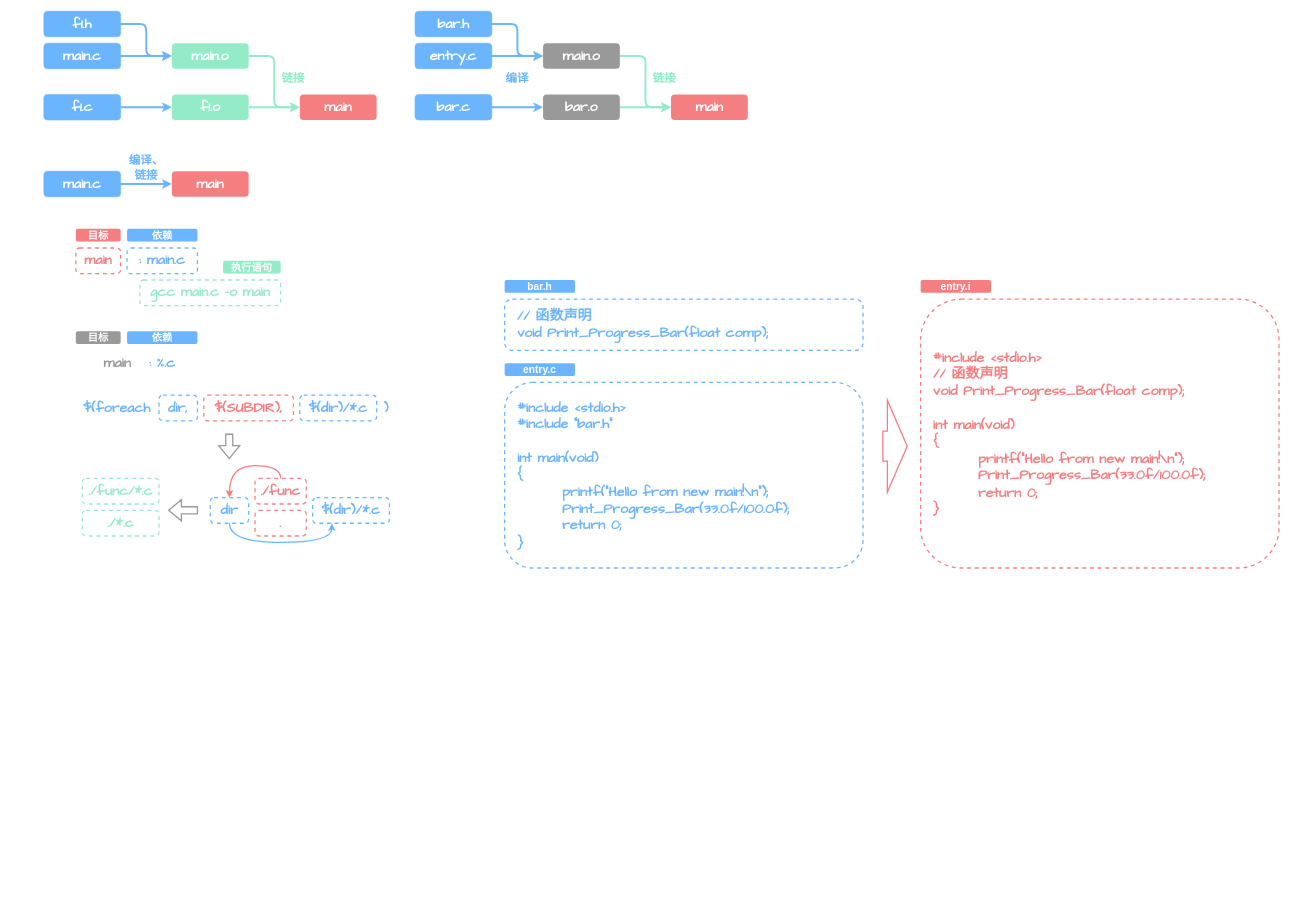
Above: C Program/drawio/Makefile.drawio in FerostMask/Jotting-Down (draw.io), before the change. Source tidied: cells renumbered, new cells numbered last; positions are measured from the earlier drawing's top-left corner, leaving out a move shared by most shapes. Both pictures are drawn from the tidied source at 64%, with x=0, y=0 at pixel (44, 11).
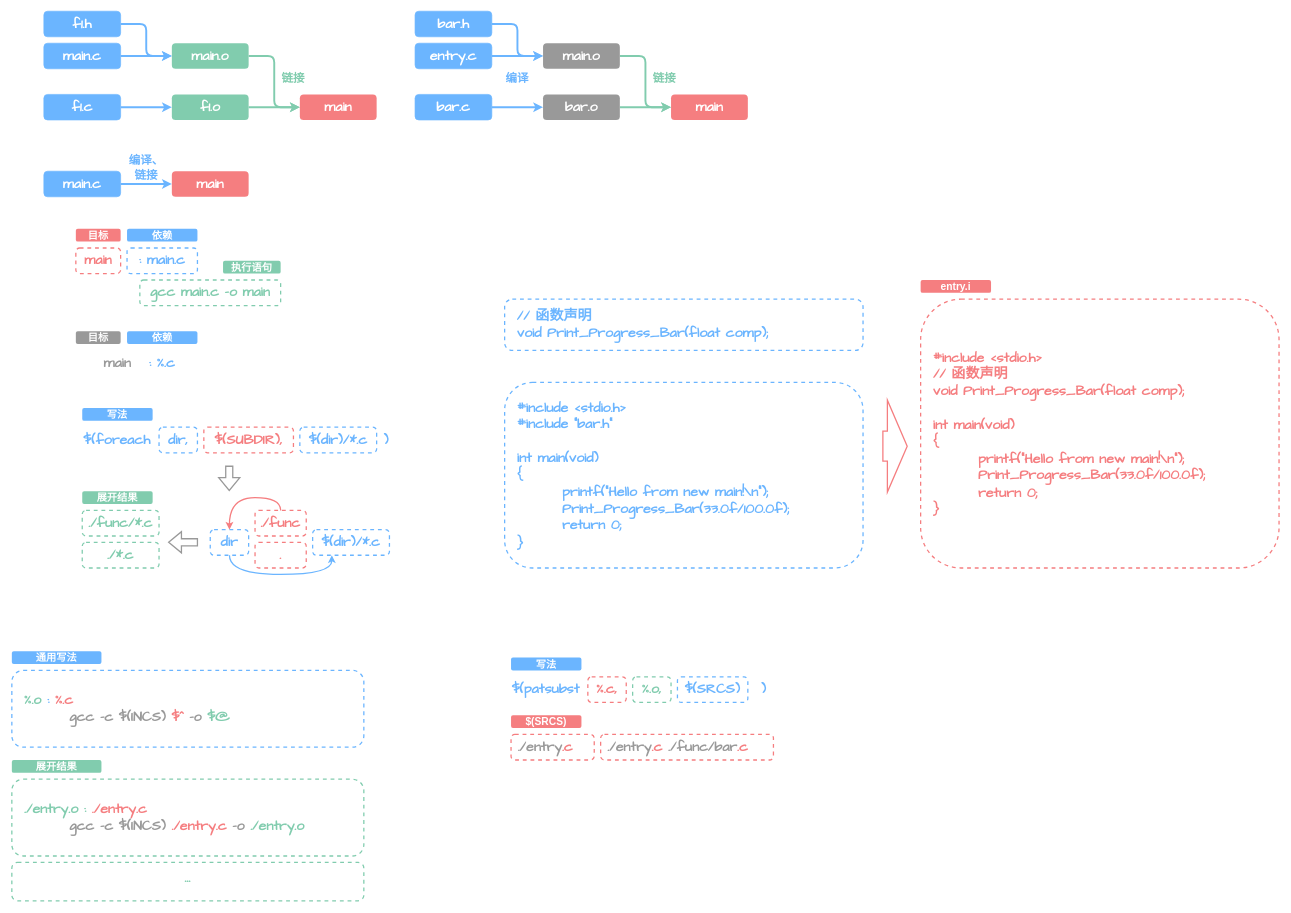
After the change.

The change refers to these unchanged cells:
```xml
<mxCell id="12" value="main" style="rounded=1;whiteSpace=wrap;html=1;fillColor=#F57E80;strokeColor=none;fontStyle=1;fontFamily=Comic Sans MS;fontSize=22;fontColor=#FFFFFF;" parent="1" vertex="1">
  <mxGeometry x="400" y="130" width="120" height="40" as="geometry" />
</mxCell>
<mxCell id="55" value="main.o" style="rounded=1;whiteSpace=wrap;html=1;fillColor=#999999;strokeColor=none;fontStyle=1;fontFamily=Comic Sans MS;fontSize=22;fontColor=#FFFFFF;" parent="1" vertex="1">
  <mxGeometry x="780" y="50" width="120" height="40" as="geometry" />
</mxCell>
<mxCell id="59" value="bar.o" style="rounded=1;whiteSpace=wrap;html=1;fillColor=#999999;strokeColor=none;fontStyle=1;fontFamily=Comic Sans MS;fontSize=22;fontColor=#FFFFFF;" parent="1" vertex="1">
  <mxGeometry x="780" y="130" width="120" height="40" as="geometry" />
</mxCell>
<mxCell id="60" value="main" style="rounded=1;whiteSpace=wrap;html=1;fillColor=#F57E80;strokeColor=none;fontStyle=1;fontFamily=Comic Sans MS;fontSize=22;fontColor=#FFFFFF;" parent="1" vertex="1">
  <mxGeometry x="980" y="130" width="120" height="40" as="geometry" />
</mxCell>
```

Change to the diagram source:
```diff
@@
-    <mxCell id="6" style="edgeStyle=orthogonalEdgeStyle;rounded=1;jettySize=auto;html=1;exitX=1;exitY=0.5;exitDx=0;exitDy=0;entryX=0;entryY=0.5;entryDx=0;entryDy=0;strokeColor=#94EBC8;strokeWidth=3;fontFamily=HYYouYuan;fontSize=18;fontColor=#6BB5FF;" parent="1" edge="1" source="7" target="12">
+    <mxCell id="6" style="edgeStyle=orthogonalEdgeStyle;rounded=1;jettySize=auto;html=1;exitX=1;exitY=0.5;exitDx=0;exitDy=0;entryX=0;entryY=0.5;entryDx=0;entryDy=0;strokeColor=#81CCAE;strokeWidth=3;fontFamily=HYYouYuan;fontSize=18;fontColor=#6BB5FF;" parent="1" edge="1" source="7" target="12">
       <mxGeometry relative="1" as="geometry" />
     </mxCell>
-    <mxCell id="7" value="main.o" style="rounded=1;whiteSpace=wrap;html=1;fillColor=#94EBC8;strokeColor=none;fontStyle=1;fontFamily=Comic Sans MS;fontSize=22;fontColor=#FFFFFF;" parent="1" vertex="1">
+    <mxCell id="7" value="main.o" style="rounded=1;whiteSpace=wrap;html=1;fillColor=#81CCAE;strokeColor=none;fontStyle=1;fontFamily=Comic Sans MS;fontSize=22;fontColor=#FFFFFF;" parent="1" vertex="1">
       <mxGeometry x="200" y="50" width="120" height="40" as="geometry" />
     </mxCell>
@@
-    <mxCell id="10" style="edgeStyle=orthogonalEdgeStyle;rounded=1;jettySize=auto;html=1;exitX=1;exitY=0.5;exitDx=0;exitDy=0;strokeColor=#94EBC8;strokeWidth=3;fontFamily=HYYouYuan;fontSize=18;fontColor=#6BB5FF;" parent="1" edge="1" source="11">
+    <mxCell id="10" style="edgeStyle=orthogonalEdgeStyle;rounded=1;jettySize=auto;html=1;exitX=1;exitY=0.5;exitDx=0;exitDy=0;strokeColor=#81CCAE;strokeWidth=3;fontFamily=HYYouYuan;fontSize=18;fontColor=#6BB5FF;" parent="1" edge="1" source="11">
       <mxGeometry relative="1" as="geometry">
         <mxPoint x="400" y="150" as="targetPoint" />
       </mxGeometry>
     </mxCell>
-    <mxCell id="11" value="f1.o" style="rounded=1;whiteSpace=wrap;html=1;fillColor=#94EBC8;strokeColor=none;fontStyle=1;fontFamily=Comic Sans MS;fontSize=22;fontColor=#FFFFFF;" parent="1" vertex="1">
+    <mxCell id="11" value="f1.o" style="rounded=1;whiteSpace=wrap;html=1;fillColor=#81CCAE;strokeColor=none;fontStyle=1;fontFamily=Comic Sans MS;fontSize=22;fontColor=#FFFFFF;" parent="1" vertex="1">
       <mxGeometry x="200" y="130" width="120" height="40" as="geometry" />
     </mxCell>
@@
-    <mxCell id="13" value="链接" style="text;html=1;strokeColor=none;fillColor=none;align=center;verticalAlign=middle;whiteSpace=wrap;rounded=0;fontFamily=HYYouYuan;fontSize=18;fontStyle=1;fontColor=#94EBC8;" parent="1" vertex="1">
+    <mxCell id="13" value="链接" style="text;html=1;strokeColor=none;fillColor=none;align=center;verticalAlign=middle;whiteSpace=wrap;rounded=0;fontFamily=HYYouYuan;fontSize=18;fontStyle=1;fontColor=#81CCAE;" parent="1" vertex="1">
       <mxGeometry x="360" y="90" width="60" height="30" as="geometry" />
     </mxCell>
@@
-    <mxCell id="20" value="gcc main.c -o main" style="rounded=1;whiteSpace=wrap;html=1;fillColor=none;strokeColor=#94EBC8;fontStyle=1;fontFamily=Comic Sans MS;fontSize=22;fontColor=#94EBC8;dashed=1;strokeWidth=2;" parent="1" vertex="1">
+    <mxCell id="20" value="gcc main.c -o main" style="rounded=1;whiteSpace=wrap;html=1;fillColor=none;strokeColor=#81CCAE;fontStyle=1;fontFamily=Comic Sans MS;fontSize=22;fontColor=#81CCAE;dashed=1;strokeWidth=2;" parent="1" vertex="1">
       <mxGeometry x="150" y="420" width="220" height="40" as="geometry" />
     </mxCell>
@@
-    <mxCell id="23" value="执行语句" style="text;html=1;strokeColor=none;fillColor=#94EBC8;align=center;verticalAlign=middle;whiteSpace=wrap;rounded=1;fontSize=16;fontFamily=HYYouYuan;fontColor=#FFFFFF;fontStyle=1;" parent="1" vertex="1">
+    <mxCell id="23" value="执行语句" style="text;html=1;strokeColor=none;fillColor=#81CCAE;align=center;verticalAlign=middle;whiteSpace=wrap;rounded=1;fontSize=16;fontFamily=HYYouYuan;fontColor=#FFFFFF;fontStyle=1;" parent="1" vertex="1">
       <mxGeometry x="280" y="390" width="90" height="20" as="geometry" />
     </mxCell>
@@
     <mxCell id="28" value="&amp;nbsp;$(foreach" style="rounded=1;whiteSpace=wrap;html=1;fillColor=none;strokeColor=none;fontStyle=1;fontFamily=Comic Sans MS;fontSize=22;fontColor=#6BB5FF;dashed=1;strokeWidth=2;align=center;" parent="1" vertex="1">
-      <mxGeometry x="50" y="600" width="120" height="40" as="geometry" />
+      <mxGeometry x="50" y="650" width="120" height="40" as="geometry" />
     </mxCell>
     <mxCell id="29" value="dir," style="rounded=1;whiteSpace=wrap;html=1;fillColor=none;strokeColor=#6BB5FF;fontStyle=1;fontFamily=Comic Sans MS;fontSize=22;fontColor=#6BB5FF;dashed=1;strokeWidth=2;" parent="1" vertex="1">
-      <mxGeometry x="180" y="600" width="60" height="40" as="geometry" />
+      <mxGeometry x="180" y="650" width="60" height="40" as="geometry" />
     </mxCell>
     <mxCell id="30" value="$(SUBDIR)," style="rounded=1;whiteSpace=wrap;html=1;fillColor=none;strokeColor=#F57E80;fontStyle=1;fontFamily=Comic Sans MS;fontSize=22;fontColor=#F57E80;dashed=1;strokeWidth=2;" parent="1" vertex="1">
-      <mxGeometry x="250" y="600" width="140" height="40" as="geometry" />
+      <mxGeometry x="250" y="650" width="140" height="40" as="geometry" />
     </mxCell>
     <mxCell id="31" value="$(dir)/*.c" style="rounded=1;whiteSpace=wrap;html=1;fillColor=none;strokeColor=#6BB5FF;fontStyle=1;fontFamily=Comic Sans MS;fontSize=22;fontColor=#6BB5FF;dashed=1;strokeWidth=2;" parent="1" vertex="1">
-      <mxGeometry x="400" y="600" width="120" height="40" as="geometry" />
+      <mxGeometry x="400" y="650" width="120" height="40" as="geometry" />
     </mxCell>
     <mxCell id="32" value=")" style="rounded=1;whiteSpace=wrap;html=1;fillColor=none;strokeColor=none;fontStyle=1;fontFamily=Comic Sans MS;fontSize=22;fontColor=#6BB5FF;dashed=1;strokeWidth=2;align=center;" parent="1" vertex="1">
-      <mxGeometry x="520" y="600" width="30" height="40" as="geometry" />
+      <mxGeometry x="520" y="650" width="30" height="40" as="geometry" />
     </mxCell>
@@
     <mxCell id="34" value="./func" style="rounded=1;whiteSpace=wrap;html=1;fillColor=none;strokeColor=#F57E80;fontStyle=1;fontFamily=Comic Sans MS;fontSize=22;fontColor=#F57E80;dashed=1;strokeWidth=2;" parent="1" vertex="1">
-      <mxGeometry x="330" y="730" width="80" height="40" as="geometry" />
+      <mxGeometry x="330" y="780" width="80" height="40" as="geometry" />
     </mxCell>
     <mxCell id="35" style="edgeStyle=orthogonalEdgeStyle;curved=1;rounded=0;jettySize=auto;html=1;exitX=0.5;exitY=1;exitDx=0;exitDy=0;entryX=0.25;entryY=1;entryDx=0;entryDy=0;strokeColor=#6BB5FF;strokeWidth=2;" parent="1" edge="1" source="36" target="37">
       <mxGeometry relative="1" as="geometry">
         <Array as="points">
-          <mxPoint x="290" y="830.1" />
-          <mxPoint x="450" y="830.1" />
+          <mxPoint x="290" y="880.1" />
+          <mxPoint x="450" y="880.1" />
         </Array>
       </mxGeometry>
     </mxCell>
     <mxCell id="36" value="dir" style="rounded=1;whiteSpace=wrap;html=1;fillColor=none;strokeColor=#6BB5FF;fontStyle=1;fontFamily=Comic Sans MS;fontSize=22;fontColor=#6BB5FF;dashed=1;strokeWidth=2;" parent="1" vertex="1">
-      <mxGeometry x="260" y="760.1" width="60" height="40" as="geometry" />
+      <mxGeometry x="260" y="810.1" width="60" height="40" as="geometry" />
     </mxCell>
     <mxCell id="37" value="$(dir)/*.c" style="rounded=1;whiteSpace=wrap;html=1;fillColor=none;strokeColor=#6BB5FF;fontStyle=1;fontFamily=Comic Sans MS;fontSize=22;fontColor=#6BB5FF;dashed=1;strokeWidth=2;" parent="1" vertex="1">
-      <mxGeometry x="420" y="760.1" width="120" height="40" as="geometry" />
+      <mxGeometry x="420" y="810.1" width="120" height="40" as="geometry" />
     </mxCell>
     <mxCell id="38" style="shape=flexArrow;endArrow=classic;html=1;rounded=0;strokeColor=#999999;strokeWidth=2;" parent="1" edge="1">
       <mxGeometry relative="1" as="geometry">
-        <mxPoint x="241" y="779.8" as="sourcePoint" />
-        <mxPoint x="194" y="779.8" as="targetPoint" />
+        <mxPoint x="241" y="829.8" as="sourcePoint" />
+        <mxPoint x="194" y="829.8" as="targetPoint" />
       </mxGeometry>
     </mxCell>
-    <mxCell id="39" value="./func/*.c" style="rounded=1;whiteSpace=wrap;html=1;fillColor=none;strokeColor=#94EBC8;fontStyle=1;fontFamily=Comic Sans MS;fontSize=22;fontColor=#94EBC8;dashed=1;strokeWidth=2;" parent="1" vertex="1">
-      <mxGeometry x="60" y="730" width="120" height="40" as="geometry" />
+    <mxCell id="39" value="./func/*.c" style="rounded=1;whiteSpace=wrap;html=1;fillColor=none;strokeColor=#81CCAE;fontStyle=1;fontFamily=Comic Sans MS;fontSize=22;fontColor=#81CCAE;dashed=1;strokeWidth=2;" parent="1" vertex="1">
+      <mxGeometry x="60" y="780" width="120" height="40" as="geometry" />
     </mxCell>
     <mxCell id="40" value="." style="rounded=1;whiteSpace=wrap;html=1;fillColor=none;strokeColor=#F57E80;fontStyle=1;fontFamily=Comic Sans MS;fontSize=22;fontColor=#F57E80;dashed=1;strokeWidth=2;" parent="1" vertex="1">
-      <mxGeometry x="330" y="780" width="80" height="40" as="geometry" />
+      <mxGeometry x="330" y="830" width="80" height="40" as="geometry" />
     </mxCell>
-    <mxCell id="41" value="./*.c" style="rounded=1;whiteSpace=wrap;html=1;fillColor=none;strokeColor=#94EBC8;fontStyle=1;fontFamily=Comic Sans MS;fontSize=22;fontColor=#94EBC8;dashed=1;strokeWidth=2;" parent="1" vertex="1">
-      <mxGeometry x="60" y="780" width="120" height="40" as="geometry" />
+    <mxCell id="41" value="./*.c" style="rounded=1;whiteSpace=wrap;html=1;fillColor=none;strokeColor=#81CCAE;fontStyle=1;fontFamily=Comic Sans MS;fontSize=22;fontColor=#81CCAE;dashed=1;strokeWidth=2;" parent="1" vertex="1">
+      <mxGeometry x="60" y="830" width="120" height="40" as="geometry" />
     </mxCell>
     <mxCell id="42" style="shape=flexArrow;endArrow=classic;html=1;rounded=0;strokeColor=#999999;strokeWidth=2;" parent="1" edge="1">
       <mxGeometry relative="1" as="geometry">
-        <mxPoint x="289.7" y="660" as="sourcePoint" />
-        <mxPoint x="289.7" y="699.9" as="targetPoint" />
+        <mxPoint x="289.7" y="710" as="sourcePoint" />
+        <mxPoint x="289.7" y="749.9" as="targetPoint" />
       </mxGeometry>
     </mxCell>
@@
-    <mxCell id="44" value="bar.h" style="text;html=1;strokeColor=none;fillColor=#6BB5FF;align=center;verticalAlign=middle;whiteSpace=wrap;rounded=1;fontSize=16;fontFamily=HYYouYuan;fontColor=#FFFFFF;fontStyle=1;" parent="1" vertex="1">
-      <mxGeometry x="720" y="420" width="110" height="20" as="geometry" />
+    <mxCell id="44" value="写法" style="text;html=1;strokeColor=none;fillColor=#6BB5FF;align=center;verticalAlign=middle;whiteSpace=wrap;rounded=1;fontSize=16;fontFamily=HYYouYuan;fontColor=#FFFFFF;fontStyle=1;" parent="1" vertex="1">
+      <mxGeometry x="60" y="620" width="110" height="20" as="geometry" />
     </mxCell>
@@
-    <mxCell id="46" value="entry.c" style="text;html=1;strokeColor=none;fillColor=#6BB5FF;align=center;verticalAlign=middle;whiteSpace=wrap;rounded=1;fontSize=16;fontFamily=HYYouYuan;fontColor=#FFFFFF;fontStyle=1;" parent="1" vertex="1">
-      <mxGeometry x="720" y="550" width="110" height="20" as="geometry" />
+    <mxCell id="46" value="通用写法" style="text;html=1;strokeColor=none;fillColor=#6BB5FF;align=center;verticalAlign=middle;whiteSpace=wrap;rounded=1;fontSize=16;fontFamily=HYYouYuan;fontColor=#FFFFFF;fontStyle=1;" parent="1" vertex="1">
+      <mxGeometry x="-50" y="1000" width="140" height="20" as="geometry" />
     </mxCell>
@@
-    <mxCell id="54" style="edgeStyle=orthogonalEdgeStyle;rounded=1;jettySize=auto;html=1;exitX=1;exitY=0.5;exitDx=0;exitDy=0;entryX=0;entryY=0.5;entryDx=0;entryDy=0;strokeColor=#94EBC8;strokeWidth=3;fontFamily=HYYouYuan;fontSize=18;fontColor=#6BB5FF;" parent="1" edge="1" source="55" target="60">
+    <mxCell id="54" style="edgeStyle=orthogonalEdgeStyle;rounded=1;jettySize=auto;html=1;exitX=1;exitY=0.5;exitDx=0;exitDy=0;entryX=0;entryY=0.5;entryDx=0;entryDy=0;strokeColor=#81CCAE;strokeWidth=3;fontFamily=HYYouYuan;fontSize=18;fontColor=#81CCAE;" parent="1" edge="1" source="55" target="60">
       <mxGeometry relative="1" as="geometry" />
     </mxCell>
@@
-    <mxCell id="58" style="edgeStyle=orthogonalEdgeStyle;rounded=1;jettySize=auto;html=1;exitX=1;exitY=0.5;exitDx=0;exitDy=0;strokeColor=#94EBC8;strokeWidth=3;fontFamily=HYYouYuan;fontSize=18;fontColor=#6BB5FF;" parent="1" edge="1" source="59">
+    <mxCell id="58" style="edgeStyle=orthogonalEdgeStyle;rounded=1;jettySize=auto;html=1;exitX=1;exitY=0.5;exitDx=0;exitDy=0;strokeColor=#81CCAE;strokeWidth=3;fontFamily=HYYouYuan;fontSize=18;fontColor=#81CCAE;" parent="1" edge="1" source="59">
       <mxGeometry relative="1" as="geometry">
         <mxPoint x="980" y="150" as="targetPoint" />
       </mxGeometry>
     </mxCell>
@@
-    <mxCell id="61" value="链接" style="text;html=1;strokeColor=none;fillColor=none;align=center;verticalAlign=middle;whiteSpace=wrap;rounded=0;fontFamily=HYYouYuan;fontSize=18;fontStyle=1;fontColor=#94EBC8;" parent="1" vertex="1">
+    <mxCell id="61" value="链接" style="text;html=1;strokeColor=none;fillColor=none;align=center;verticalAlign=middle;whiteSpace=wrap;rounded=0;fontFamily=HYYouYuan;fontSize=18;fontStyle=1;fontColor=#81CCAE;" parent="1" vertex="1">
       <mxGeometry x="940" y="90" width="60" height="30" as="geometry" />
     </mxCell>
@@
+    <mxCell id="63" value="&lt;div&gt;&amp;nbsp; &lt;font color=&quot;#81ccae&quot;&gt;%.o&lt;/font&gt; : &lt;font color=&quot;#f57e80&quot;&gt;%.c&lt;/font&gt;&lt;/div&gt;&lt;div&gt;&amp;nbsp; &amp;nbsp; &amp;nbsp; &amp;nbsp; &amp;nbsp; &lt;font color=&quot;#999999&quot;&gt;gcc -c $(INCS)&lt;/font&gt; &lt;font color=&quot;#f57e80&quot;&gt;$^&lt;/font&gt; &lt;font color=&quot;#999999&quot;&gt;-o&lt;/font&gt; &lt;font color=&quot;#81ccae&quot;&gt;$@&lt;/font&gt;&lt;/div&gt;" style="rounded=1;whiteSpace=wrap;html=1;fillColor=none;strokeColor=#6BB5FF;fontStyle=1;fontFamily=Comic Sans MS;fontSize=22;fontColor=#6BB5FF;dashed=1;strokeWidth=2;align=left;" parent="1" vertex="1">
+      <mxGeometry x="-50" y="1030" width="550" height="120" as="geometry" />
+    </mxCell>
+    <mxCell id="64" value="展开结果" style="text;html=1;strokeColor=none;fillColor=#81CCAE;align=center;verticalAlign=middle;whiteSpace=wrap;rounded=1;fontSize=16;fontFamily=HYYouYuan;fontColor=#FFFFFF;fontStyle=1;" parent="1" vertex="1">
+      <mxGeometry x="60" y="750" width="110" height="20" as="geometry" />
+    </mxCell>
+    <mxCell id="65" value="展开结果" style="text;html=1;strokeColor=none;fillColor=#81CCAE;align=center;verticalAlign=middle;whiteSpace=wrap;rounded=1;fontSize=16;fontFamily=HYYouYuan;fontColor=#FFFFFF;fontStyle=1;" parent="1" vertex="1">
+      <mxGeometry x="-50" y="1170" width="140" height="20" as="geometry" />
+    </mxCell>
+    <mxCell id="66" value="&lt;div&gt;&amp;nbsp; ./entry.o : &lt;font color=&quot;#f57e80&quot;&gt;./entry.c&lt;/font&gt;&lt;/div&gt;&lt;div&gt;&amp;nbsp; &amp;nbsp; &amp;nbsp; &amp;nbsp; &amp;nbsp; &lt;font color=&quot;#999999&quot;&gt;gcc -c $(INCS)&lt;/font&gt; &lt;font color=&quot;#f57e80&quot;&gt;./entry.c&lt;/font&gt;&amp;nbsp;&lt;font color=&quot;#999999&quot;&gt;-o&lt;/font&gt; ./entry.o&lt;/div&gt;" style="rounded=1;whiteSpace=wrap;html=1;fillColor=none;strokeColor=#81CCAE;fontStyle=1;fontFamily=Comic Sans MS;fontSize=22;fontColor=#81CCAE;dashed=1;strokeWidth=2;align=left;" parent="1" vertex="1">
+      <mxGeometry x="-50" y="1200" width="550" height="120" as="geometry" />
+    </mxCell>
+    <mxCell id="67" value="&lt;div&gt;···&lt;/div&gt;" style="rounded=1;whiteSpace=wrap;html=1;fillColor=none;strokeColor=#81CCAE;fontStyle=1;fontFamily=Comic Sans MS;fontSize=22;fontColor=#81CCAE;dashed=1;strokeWidth=2;align=center;" parent="1" vertex="1">
+      <mxGeometry x="-50" y="1330" width="550" height="60" as="geometry" />
+    </mxCell>
+    <mxCell id="68" value="&amp;nbsp;$(patsubst" style="rounded=1;whiteSpace=wrap;html=1;fillColor=none;strokeColor=none;fontStyle=1;fontFamily=Comic Sans MS;fontSize=22;fontColor=#6BB5FF;dashed=1;strokeWidth=2;align=center;" parent="1" vertex="1">
+      <mxGeometry x="720" y="1040" width="120" height="40" as="geometry" />
+    </mxCell>
+    <mxCell id="69" value="%.o," style="rounded=1;whiteSpace=wrap;html=1;fillColor=none;strokeColor=#81CCAE;fontStyle=1;fontFamily=Comic Sans MS;fontSize=22;fontColor=#81CCAE;dashed=1;strokeWidth=2;" parent="1" vertex="1">
+      <mxGeometry x="920" y="1040" width="60" height="40" as="geometry" />
+    </mxCell>
+    <mxCell id="70" value="%.c," style="rounded=1;whiteSpace=wrap;html=1;fillColor=none;strokeColor=#F57E80;fontStyle=1;fontFamily=Comic Sans MS;fontSize=22;fontColor=#F57E80;dashed=1;strokeWidth=2;" parent="1" vertex="1">
+      <mxGeometry x="850" y="1040" width="60" height="40" as="geometry" />
+    </mxCell>
+    <mxCell id="71" value="$(SRCS)" style="rounded=1;whiteSpace=wrap;html=1;fillColor=none;strokeColor=#6BB5FF;fontStyle=1;fontFamily=Comic Sans MS;fontSize=22;fontColor=#6BB5FF;dashed=1;strokeWidth=2;" parent="1" vertex="1">
+      <mxGeometry x="990" y="1040" width="110" height="40" as="geometry" />
+    </mxCell>
+    <mxCell id="72" value=")" style="rounded=1;whiteSpace=wrap;html=1;fillColor=none;strokeColor=none;fontStyle=1;fontFamily=Comic Sans MS;fontSize=22;fontColor=#6BB5FF;dashed=1;strokeWidth=2;align=center;" parent="1" vertex="1">
+      <mxGeometry x="1110" y="1040" width="30" height="40" as="geometry" />
+    </mxCell>
+    <mxCell id="73" value="写法" style="text;html=1;strokeColor=none;fillColor=#6BB5FF;align=center;verticalAlign=middle;whiteSpace=wrap;rounded=1;fontSize=16;fontFamily=HYYouYuan;fontColor=#FFFFFF;fontStyle=1;" parent="1" vertex="1">
+      <mxGeometry x="730" y="1010" width="110" height="20" as="geometry" />
+    </mxCell>
+    <mxCell id="74" value="&amp;nbsp;&lt;font color=&quot;#999999&quot;&gt;./entry&lt;/font&gt;&lt;font color=&quot;#f57e80&quot;&gt;.c&lt;/font&gt;" style="rounded=1;whiteSpace=wrap;html=1;fillColor=none;strokeColor=#F57E80;fontStyle=1;fontFamily=Comic Sans MS;fontSize=22;fontColor=#6BB5FF;dashed=1;strokeWidth=2;align=left;" parent="1" vertex="1">
+      <mxGeometry x="730" y="1130" width="130" height="40" as="geometry" />
+    </mxCell>
+    <mxCell id="75" value="&amp;nbsp;&lt;font color=&quot;#999999&quot;&gt;./entry&lt;/font&gt;&lt;font color=&quot;#f57e80&quot;&gt;.c&lt;/font&gt; &lt;font color=&quot;#999999&quot;&gt;./func/bar&lt;/font&gt;&lt;font color=&quot;#f57e80&quot;&gt;.c&lt;/font&gt;" style="rounded=1;whiteSpace=wrap;html=1;fillColor=none;strokeColor=#F57E80;fontStyle=1;fontFamily=Comic Sans MS;fontSize=22;fontColor=#6BB5FF;dashed=1;strokeWidth=2;align=left;" parent="1" vertex="1">
+      <mxGeometry x="870" y="1130" width="270" height="40" as="geometry" />
+    </mxCell>
+    <mxCell id="76" value="$(SRCS)" style="text;html=1;strokeColor=none;fillColor=#F57E80;align=center;verticalAlign=middle;whiteSpace=wrap;rounded=1;fontSize=16;fontFamily=HYYouYuan;fontColor=#FFFFFF;fontStyle=1;" parent="1" vertex="1">
+      <mxGeometry x="730" y="1100" width="110" height="20" as="geometry" />
+    </mxCell>
```
